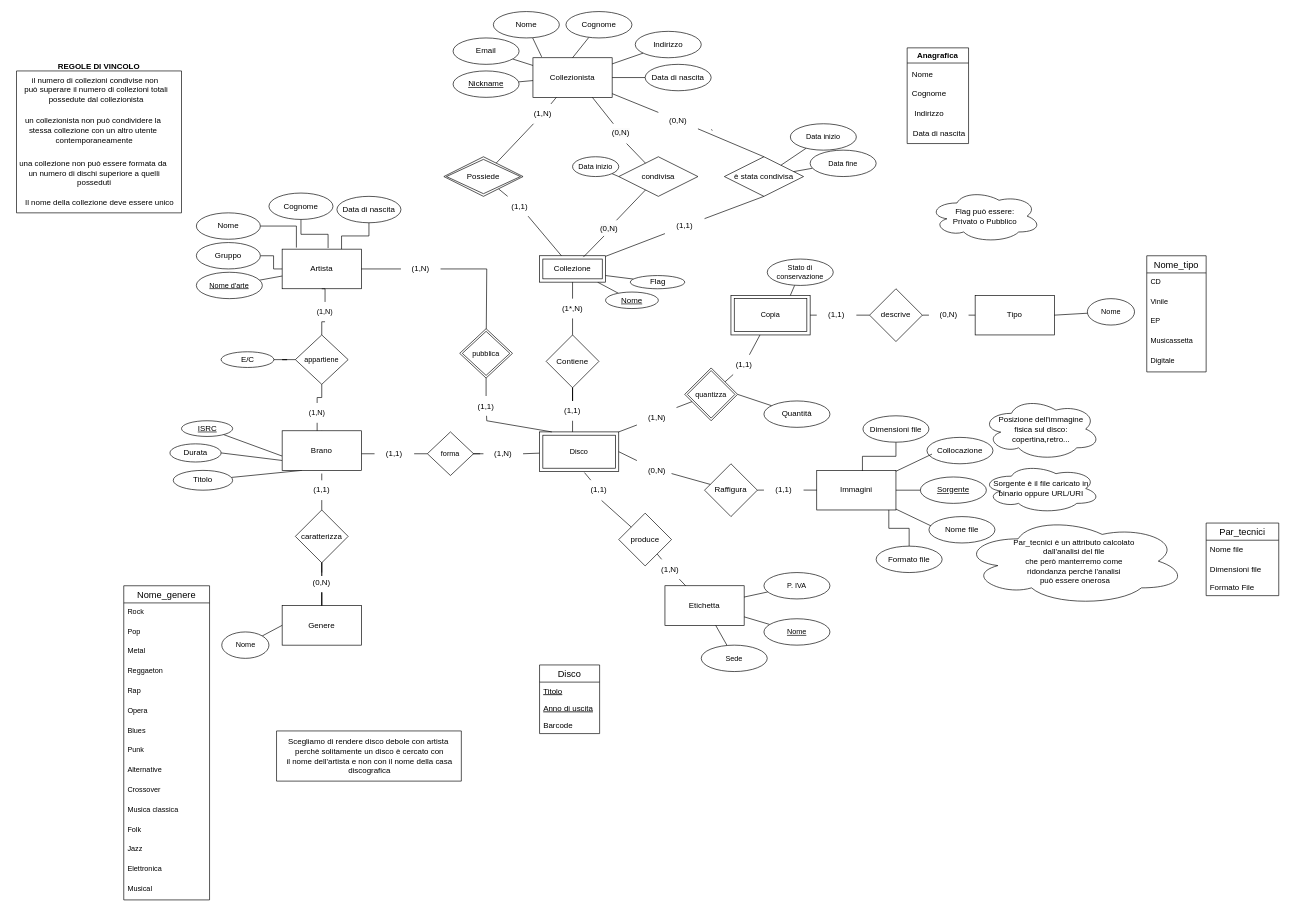
This is page "Ristrutturato" (2 of 2) of Collectors_ER.drawio from jessvzz/progetto_collezionisti, a draw.io file, before an edit. Source tidied: cells renumbered, new cells numbered last; positions are measured from the earlier drawing's top-left corner, leaving out a move shared by most shapes. Both pictures are drawn from the tidied source at 66%, with x=0, y=0 at pixel (11, 11).
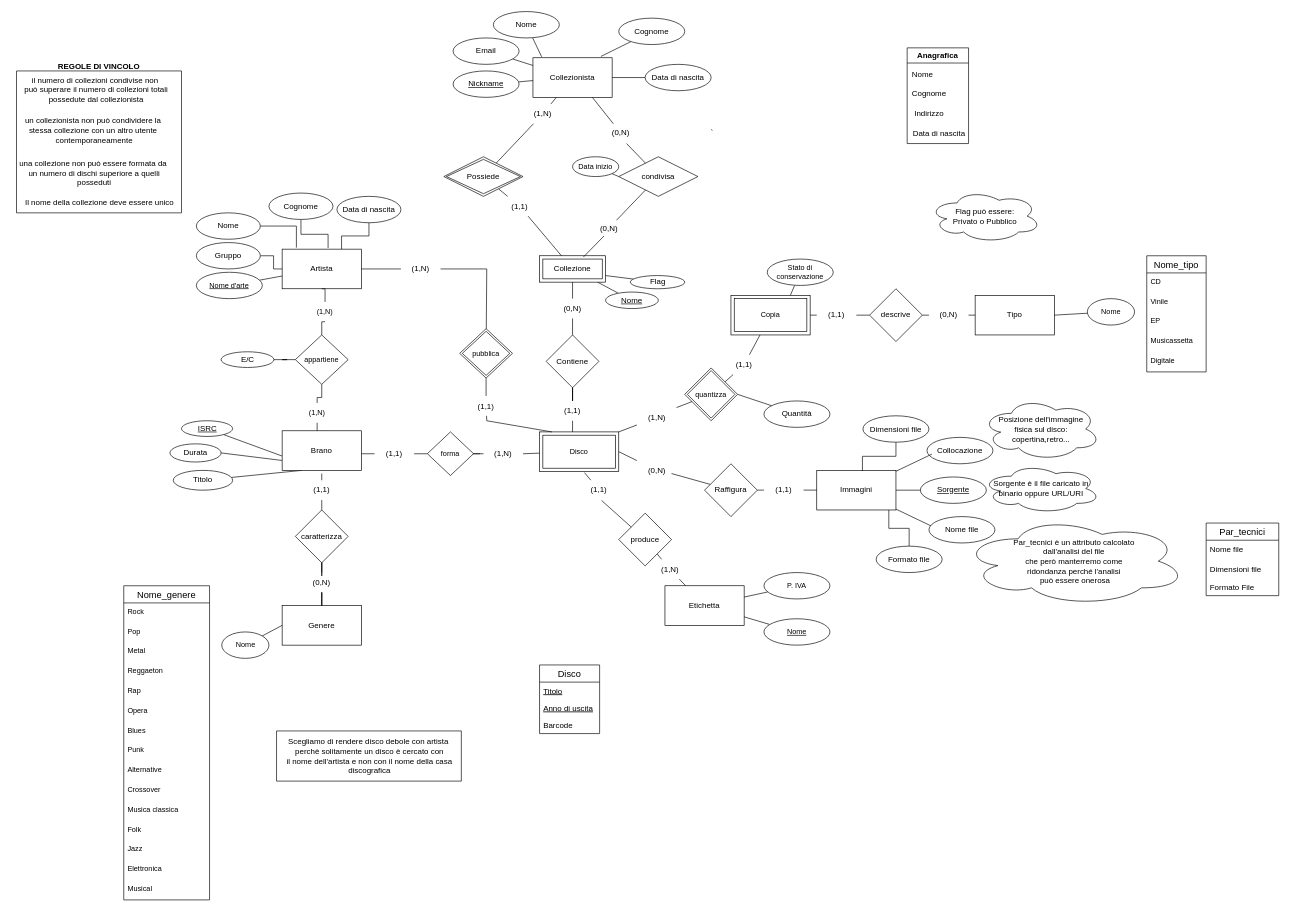
The same diagram, later.

Unchanged cells that the change refers to:
```xml
<mxCell id="5" value="Collezionista" style="rounded=0;whiteSpace=wrap;html=1;" parent="1" vertex="1">
  <mxGeometry x="790" y="70" width="120" height="60" as="geometry" />
</mxCell>
<mxCell id="25" value="Collezione" style="shape=ext;margin=3;double=1;whiteSpace=wrap;html=1;align=center;" parent="1" vertex="1">
  <mxGeometry x="800" y="370" width="100" height="40" as="geometry" />
</mxCell>
<mxCell id="68" value="Etichetta" style="rounded=0;whiteSpace=wrap;html=1;" parent="1" vertex="1">
  <mxGeometry x="990" y="870" width="120" height="60" as="geometry" />
</mxCell>
```

What changed in the source:
```diff
@@
-    <mxCell id="24" style="edgeStyle=none;shape=connector;rounded=0;jettySize=auto;html=1;labelBackgroundColor=default;strokeColor=default;fontFamily=Helvetica;fontSize=11;fontColor=default;endArrow=none;startArrow=none;entryX=0.5;entryY=1;entryDx=0;entryDy=0;" parent="1" edge="1" source="129" target="41">
-      <mxGeometry relative="1" as="geometry" />
-    </mxCell>
@@
-    <mxCell id="40" style="edgeStyle=none;shape=connector;rounded=0;jettySize=auto;html=1;labelBackgroundColor=default;strokeColor=default;fontFamily=Helvetica;fontSize=11;fontColor=default;endArrow=none;startArrow=none;" parent="1" edge="1" source="127" target="5">
-      <mxGeometry relative="1" as="geometry" />
-    </mxCell>
-    <mxCell id="41" value="è stata condivisa" style="shape=rhombus;perimeter=rhombusPerimeter;whiteSpace=wrap;html=1;align=center;" parent="1" vertex="1">
-      <mxGeometry x="1080" y="220" width="120" height="60" as="geometry" />
-    </mxCell>
@@
-    <mxCell id="54" value="(1*,N)" style="text;html=1;strokeColor=none;fillColor=none;align=center;verticalAlign=middle;whiteSpace=wrap;rounded=0;" parent="1" vertex="1">
+    <mxCell id="54" value="(0,N)" style="text;html=1;strokeColor=none;fillColor=none;align=center;verticalAlign=middle;whiteSpace=wrap;rounded=0;" parent="1" vertex="1">
       <mxGeometry x="820" y="435" width="60" height="30" as="geometry" />
     </mxCell>
@@
-    <mxCell id="94" style="edgeStyle=none;shape=connector;rounded=0;sketch=0;jettySize=auto;html=1;shadow=0;labelBackgroundColor=default;strokeColor=default;fontFamily=Helvetica;fontSize=11;fontColor=default;endArrow=none;endFill=0;elbow=vertical;" parent="1" edge="1" source="95" target="68">
-      <mxGeometry relative="1" as="geometry" />
-    </mxCell>
-    <mxCell id="95" value="Sede" style="ellipse;whiteSpace=wrap;html=1;align=center;fontFamily=Helvetica;fontSize=11;fontColor=default;" parent="1" vertex="1">
-      <mxGeometry x="1045" y="960" width="100" height="40" as="geometry" />
-    </mxCell>
@@
-    <mxCell id="126" style="edgeStyle=none;shape=connector;rounded=0;jettySize=auto;html=1;labelBackgroundColor=default;strokeColor=default;fontFamily=Helvetica;fontSize=11;fontColor=default;endArrow=none;exitX=0.5;exitY=0;exitDx=0;exitDy=0;" parent="1" edge="1" source="41" target="127">
-      <mxGeometry relative="1" as="geometry" />
-    </mxCell>
-    <mxCell id="127" value="(0,N)" style="text;html=1;strokeColor=none;fillColor=none;align=center;verticalAlign=middle;whiteSpace=wrap;rounded=0;" parent="1" vertex="1">
-      <mxGeometry x="980" y="150" width="60" height="30" as="geometry" />
-    </mxCell>
-    <mxCell id="128" style="edgeStyle=none;shape=connector;rounded=0;jettySize=auto;html=1;labelBackgroundColor=default;strokeColor=default;fontFamily=Helvetica;fontSize=11;fontColor=default;endArrow=none;" parent="1" edge="1" source="25" target="129">
-      <mxGeometry relative="1" as="geometry" />
-    </mxCell>
-    <mxCell id="129" value="(1,1)" style="text;html=1;strokeColor=none;fillColor=none;align=center;verticalAlign=middle;whiteSpace=wrap;rounded=0;" parent="1" vertex="1">
-      <mxGeometry x="990" y="310" width="60" height="30" as="geometry" />
-    </mxCell>
-    <mxCell id="130" style="edgeStyle=none;shape=connector;rounded=0;jettySize=auto;html=1;labelBackgroundColor=default;strokeColor=default;fontFamily=Helvetica;fontSize=11;fontColor=default;endArrow=none;" parent="1" edge="1" source="131" target="41">
-      <mxGeometry relative="1" as="geometry" />
-    </mxCell>
-    <mxCell id="131" value="Data fine" style="ellipse;whiteSpace=wrap;html=1;align=center;fontFamily=Helvetica;fontSize=11;fontColor=default;" parent="1" vertex="1">
-      <mxGeometry x="1210" y="210" width="100" height="40" as="geometry" />
-    </mxCell>
-    <mxCell id="132" style="edgeStyle=none;shape=connector;rounded=0;jettySize=auto;html=1;labelBackgroundColor=default;strokeColor=default;fontFamily=Helvetica;fontSize=11;fontColor=default;endArrow=none;" parent="1" edge="1" source="133" target="41">
-      <mxGeometry relative="1" as="geometry" />
-    </mxCell>
-    <mxCell id="133" value="Data inizio" style="ellipse;whiteSpace=wrap;html=1;align=center;fontFamily=Helvetica;fontSize=11;fontColor=default;" parent="1" vertex="1">
-      <mxGeometry x="1180" y="170" width="100" height="40" as="geometry" />
-    </mxCell>
@@
-    <mxCell id="160" style="edgeStyle=none;shape=connector;rounded=0;sketch=0;jettySize=auto;html=1;entryX=0.5;entryY=0;entryDx=0;entryDy=0;shadow=0;labelBackgroundColor=default;strokeColor=default;fontFamily=Helvetica;fontSize=11;fontColor=default;endArrow=none;endFill=0;elbow=vertical;" parent="1" edge="1" source="161" target="5">
+    <mxCell id="160" style="edgeStyle=none;shape=connector;rounded=0;sketch=0;jettySize=auto;html=1;entryX=0.858;entryY=-0.033;entryDx=0;entryDy=0;shadow=0;labelBackgroundColor=default;strokeColor=default;fontFamily=Helvetica;fontSize=11;fontColor=default;endArrow=none;endFill=0;elbow=vertical;entryPerimeter=0;" parent="1" edge="1" source="161" target="5">
       <mxGeometry relative="1" as="geometry" />
     </mxCell>
     <mxCell id="161" value="Cognome" style="ellipse;whiteSpace=wrap;html=1;align=center;" parent="1" vertex="1">
-      <mxGeometry x="840" width="100" height="40" as="geometry" />
+      <mxGeometry x="920" y="10" width="100" height="40" as="geometry" />
     </mxCell>
-    <mxCell id="162" style="edgeStyle=none;shape=connector;rounded=0;sketch=0;jettySize=auto;html=1;shadow=0;labelBackgroundColor=default;strokeColor=default;fontFamily=Helvetica;fontSize=11;fontColor=default;endArrow=none;endFill=0;elbow=vertical;" parent="1" edge="1" source="163" target="5">
-      <mxGeometry relative="1" as="geometry" />
-    </mxCell>
-    <mxCell id="163" value="Indirizzo" style="ellipse;whiteSpace=wrap;html=1;align=center;" parent="1" vertex="1">
-      <mxGeometry x="945" y="30" width="100" height="40" as="geometry" />
-    </mxCell>
```
